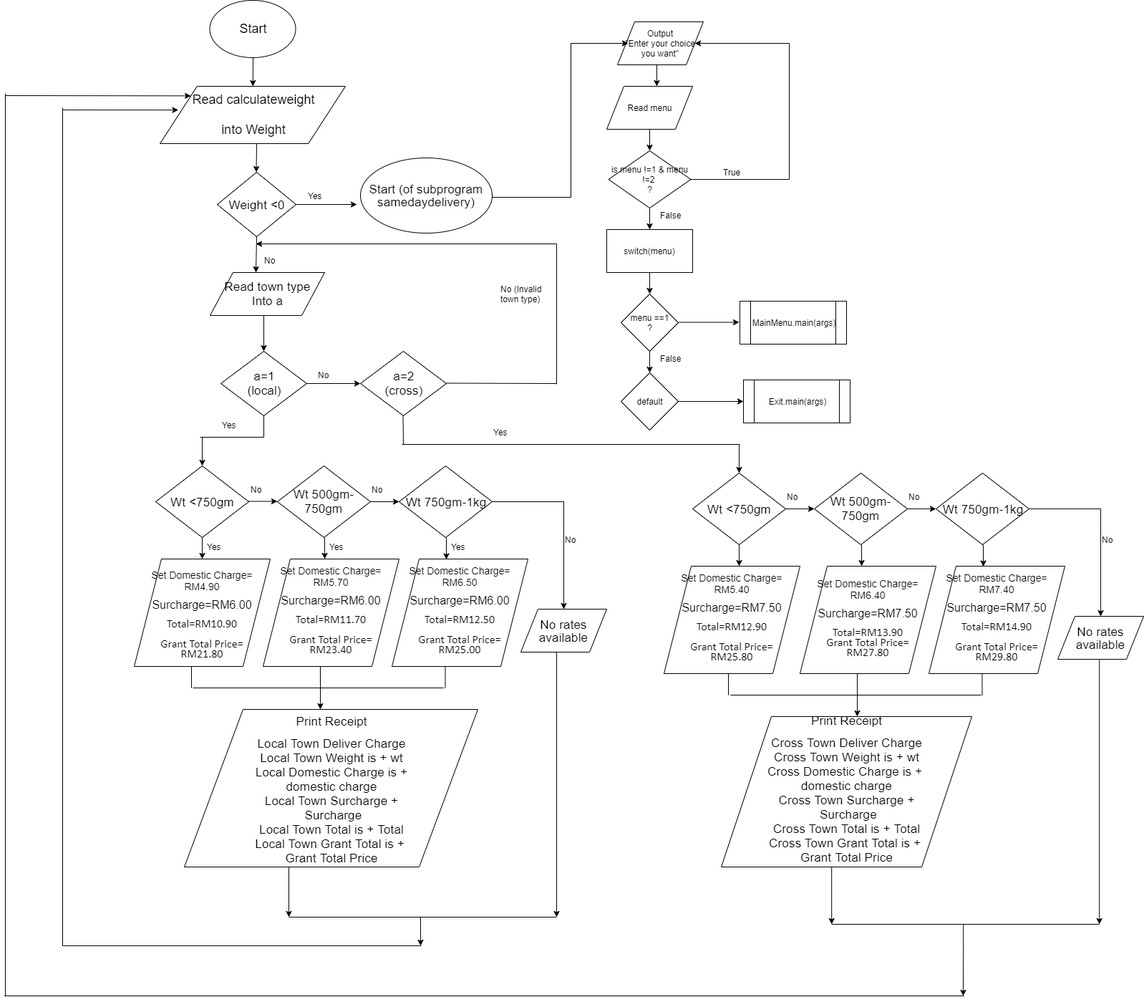
The draw.io diagram flowchart assign 2.png in gohfangyao/Same-Day-Delivery, before a commit. Source tidied: cells renumbered, new cells last; positions are measured from the earlier drawing's top-left corner, leaving out a move shared by most shapes.
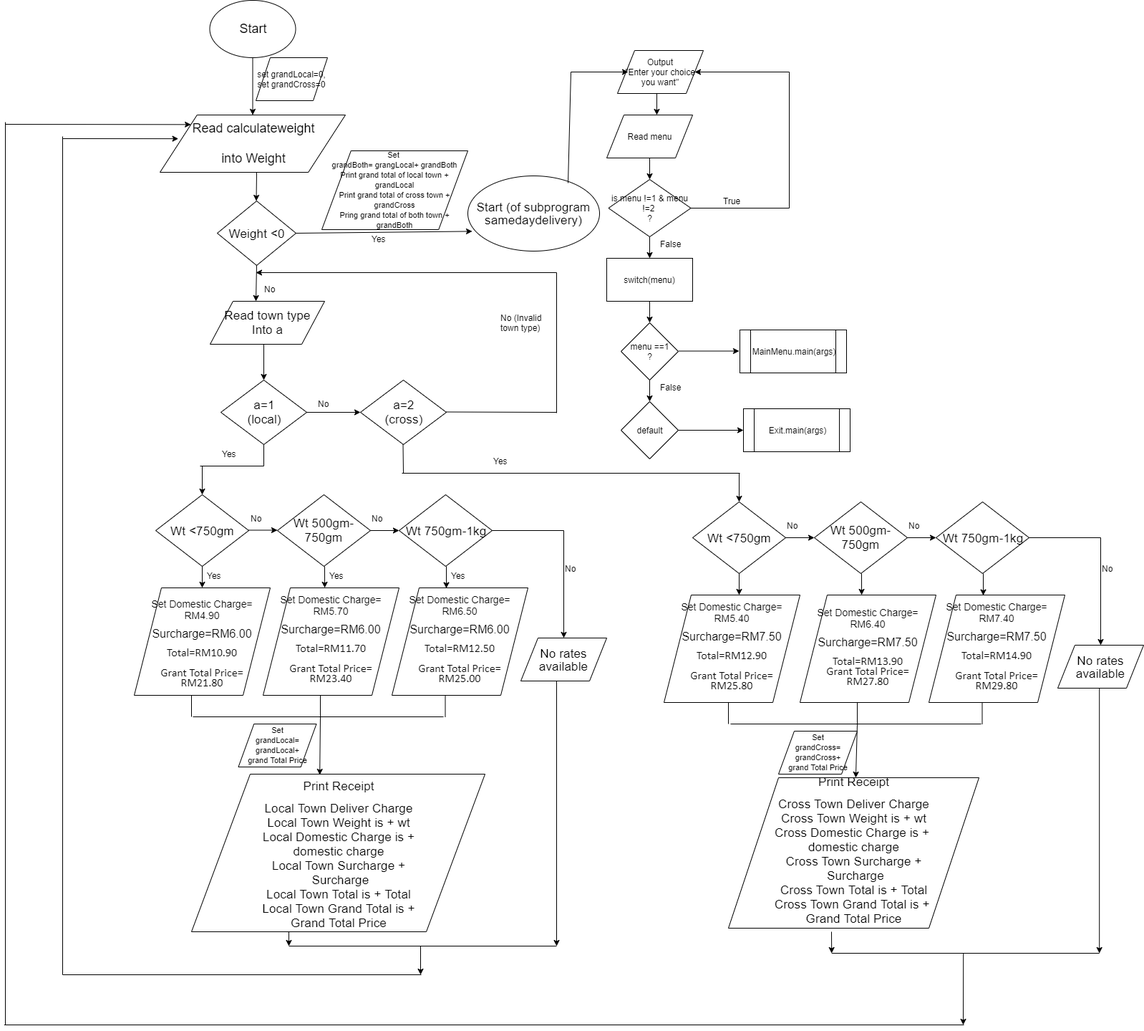
After the commit.

The edit, as a diff of the source:
```diff
@@ -3,7 +3,7 @@
     <mxCell id="0" />
     <mxCell id="1" parent="0" />
     <mxCell id="2" value="&lt;font style=&quot;font-size: 18px&quot;&gt;Start&lt;/font&gt;" style="ellipse;whiteSpace=wrap;html=1;" parent="1" vertex="1">
-      <mxGeometry x="287.5" width="120" height="80" as="geometry" />
+      <mxGeometry x="287.5" y="-40" width="120" height="80" as="geometry" />
     </mxCell>
     <mxCell id="3" value="&lt;font style=&quot;font-size: 18px&quot;&gt;&lt;span style=&quot;text-align: left ; white-space: nowrap&quot;&gt;Read calculateweight&lt;/span&gt;&lt;br style=&quot;text-align: left ; white-space: nowrap&quot;&gt;&lt;br style=&quot;text-align: left ; white-space: nowrap&quot;&gt;&lt;span style=&quot;text-align: left ; white-space: nowrap&quot;&gt;into Weight&lt;/span&gt;&lt;/font&gt;" style="shape=parallelogram;perimeter=parallelogramPerimeter;whiteSpace=wrap;html=1;" parent="1" vertex="1">
       <mxGeometry x="218" y="120" width="259" height="80" as="geometry" />
@@ -12,7 +12,7 @@
       <mxGeometry x="298" y="240" width="110" height="90" as="geometry" />
     </mxCell>
     <mxCell id="5" value="&lt;p class=&quot;MsoNormal&quot; align=&quot;center&quot;&gt;&lt;span style=&quot;font-size: 13.0pt ; line-height: 107%&quot;&gt;Start (of subprogram samedaydelivery)&lt;/span&gt;&lt;/p&gt;" style="ellipse;whiteSpace=wrap;html=1;" parent="1" vertex="1">
-      <mxGeometry x="498" y="220" width="184" height="105" as="geometry" />
+      <mxGeometry x="648" y="205" width="184" height="105" as="geometry" />
     </mxCell>
     <mxCell id="6" value="&lt;span style=&quot;font-size: 17.3333px&quot;&gt;Read town type&lt;br&gt;Into a&lt;br&gt;&lt;/span&gt;" style="shape=parallelogram;perimeter=parallelogramPerimeter;whiteSpace=wrap;html=1;" parent="1" vertex="1">
       <mxGeometry x="288" y="380" width="160" height="60" as="geometry" />
@@ -41,16 +41,14 @@
     <mxCell id="14" value="&lt;p class=&quot;MsoNormal&quot; align=&quot;center&quot;&gt;&lt;font style=&quot;font-size: 14px&quot;&gt;&lt;span style=&quot;line-height: 14.98px&quot;&gt;Set&amp;nbsp;&lt;/span&gt;Domestic Charge= RM6.50&lt;/font&gt;&lt;/p&gt;&lt;p class=&quot;MsoNormal&quot; align=&quot;center&quot;&gt;&lt;span style=&quot;line-height: 12.84px&quot;&gt;&lt;font size=&quot;3&quot;&gt;Surcharge=RM6.00&lt;/font&gt;&lt;/span&gt;&lt;/p&gt;&lt;p class=&quot;MsoNormal&quot; align=&quot;center&quot;&gt;&lt;span style=&quot;line-height: 12.84px ; font-family: &amp;#34;calibri&amp;#34; , sans-serif&quot;&gt;&lt;font size=&quot;3&quot;&gt;Total&lt;/font&gt;&lt;/span&gt;&lt;span style=&quot;line-height: 12.84px ; font-family: &amp;#34;calibri&amp;#34; , sans-serif&quot;&gt;&lt;font size=&quot;3&quot;&gt;=RM12.50&lt;br&gt;&lt;br&gt;Grant Total Price=&lt;br&gt;RM25.00&lt;/font&gt;&lt;/span&gt;&lt;br&gt;&lt;/p&gt;" style="shape=parallelogram;perimeter=parallelogramPerimeter;whiteSpace=wrap;html=1;" parent="1" vertex="1">
       <mxGeometry x="542" y="780" width="190" height="150" as="geometry" />
     </mxCell>
-    <mxCell id="15" value="&lt;p class=&quot;MsoNormal&quot; align=&quot;center&quot;&gt;&lt;span style=&quot;font-size: 13.0pt ; line-height: 107%&quot;&gt;Print Receipt&lt;/span&gt;&lt;/p&gt;&lt;span style=&quot;font-size: 13pt&quot;&gt;Local Town Deliver Charge&lt;/span&gt;&lt;br&gt;&lt;span style=&quot;font-size: 13pt&quot;&gt;Local Town Weight is + wt&lt;/span&gt;&lt;br&gt;&lt;span style=&quot;font-size: 13pt&quot;&gt;Local Domestic Charge is + &lt;br&gt;domestic&amp;nbsp;&lt;/span&gt;&lt;span style=&quot;font-size: 13pt&quot;&gt;charge&lt;/span&gt;&lt;span style=&quot;font-size: 13pt&quot;&gt;&lt;br&gt;&lt;/span&gt;&lt;span style=&quot;font-size: 13pt&quot;&gt;Local Town Surcharge +&lt;br&gt;&amp;nbsp;Surcharge&lt;/span&gt;&lt;br&gt;&lt;span style=&quot;font-size: 13pt&quot;&gt;Local Town Total is + Total&lt;br&gt;Local Town Grant Total is + &lt;br&gt;Grant Total Price&lt;br&gt;&lt;/span&gt;" style="shape=parallelogram;perimeter=parallelogramPerimeter;whiteSpace=wrap;html=1;" parent="1" vertex="1">
-      <mxGeometry x="252" y="990" width="410" height="220" as="geometry" />
+    <mxCell id="15" value="&lt;p class=&quot;MsoNormal&quot; align=&quot;center&quot;&gt;&lt;span style=&quot;font-size: 13.0pt ; line-height: 107%&quot;&gt;Print Receipt&lt;/span&gt;&lt;/p&gt;&lt;span style=&quot;font-size: 13pt&quot;&gt;Local Town Deliver Charge&lt;/span&gt;&lt;br&gt;&lt;span style=&quot;font-size: 13pt&quot;&gt;Local Town Weight is + wt&lt;/span&gt;&lt;br&gt;&lt;span style=&quot;font-size: 13pt&quot;&gt;Local Domestic Charge is + &lt;br&gt;domestic&amp;nbsp;&lt;/span&gt;&lt;span style=&quot;font-size: 13pt&quot;&gt;charge&lt;/span&gt;&lt;span style=&quot;font-size: 13pt&quot;&gt;&lt;br&gt;&lt;/span&gt;&lt;span style=&quot;font-size: 13pt&quot;&gt;Local Town Surcharge +&lt;br&gt;&amp;nbsp;Surcharge&lt;/span&gt;&lt;br&gt;&lt;span style=&quot;font-size: 13pt&quot;&gt;Local Town Total is + Total&lt;br&gt;Local Town Grand Total is + &lt;br&gt;Grand Total Price&lt;br&gt;&lt;/span&gt;" style="shape=parallelogram;perimeter=parallelogramPerimeter;whiteSpace=wrap;html=1;" parent="1" vertex="1">
+      <mxGeometry x="262" y="1040" width="410" height="220" as="geometry" />
     </mxCell>
     <mxCell id="16" value="&lt;p class=&quot;MsoNormal&quot; align=&quot;center&quot;&gt;&lt;span style=&quot;font-size: 13.0pt ; line-height: 107%&quot;&gt;No rates available&lt;/span&gt;&lt;/p&gt;" style="shape=parallelogram;perimeter=parallelogramPerimeter;whiteSpace=wrap;html=1;" parent="1" vertex="1">
       <mxGeometry x="722" y="850" width="120" height="60" as="geometry" />
     </mxCell>
-    <mxCell id="17" style="endArrow=classic;html=1;exitX=1;exitY=0.5;exitDx=0;exitDy=0;" parent="1" edge="1" source="4">
-      <mxGeometry relative="1" as="geometry">
-        <mxPoint x="493" y="285" as="targetPoint" />
-      </mxGeometry>
+    <mxCell id="17" style="endArrow=classic;html=1;exitX=1;exitY=0.5;exitDx=0;exitDy=0;entryX=0.033;entryY=0.737;entryDx=0;entryDy=0;entryPerimeter=0;" parent="1" edge="1" source="4" target="5">
+      <mxGeometry relative="1" as="geometry" />
     </mxCell>
     <mxCell id="18" style="endArrow=classic;html=1;" parent="1" edge="1">
       <mxGeometry relative="1" as="geometry">
@@ -145,10 +143,9 @@
         <mxPoint x="614" y="960" as="targetPoint" />
       </mxGeometry>
     </mxCell>
-    <mxCell id="35" style="endArrow=classic;html=1;" parent="1" edge="1">
+    <mxCell id="35" style="endArrow=classic;html=1;entryX=0.437;entryY=0.005;entryDx=0;entryDy=0;entryPerimeter=0;" parent="1" edge="1" target="15">
       <mxGeometry relative="1" as="geometry">
         <mxPoint x="442" y="960" as="sourcePoint" />
-        <mxPoint x="442" y="990" as="targetPoint" />
       </mxGeometry>
     </mxCell>
     <mxCell id="36" style="endArrow=none;html=1;" parent="1" edge="1">
@@ -177,8 +174,8 @@
     <mxCell id="42" value="&lt;p class=&quot;MsoNormal&quot; align=&quot;center&quot;&gt;&lt;font style=&quot;font-size: 14px&quot;&gt;&lt;span style=&quot;line-height: 14.98px&quot;&gt;Set&amp;nbsp;&lt;/span&gt;Domestic Charge= RM7.40&lt;/font&gt;&lt;/p&gt;&lt;p class=&quot;MsoNormal&quot; align=&quot;center&quot;&gt;&lt;span style=&quot;line-height: 12.84px&quot;&gt;&lt;font size=&quot;3&quot;&gt;Surcharge=RM7.50&lt;/font&gt;&lt;/span&gt;&lt;/p&gt;&lt;p class=&quot;MsoNormal&quot; align=&quot;center&quot;&gt;&lt;span style=&quot;line-height: 12.84px ; font-family: &amp;#34;calibri&amp;#34; , sans-serif&quot;&gt;&lt;font size=&quot;3&quot;&gt;Total&lt;/font&gt;&lt;/span&gt;&lt;span style=&quot;line-height: 12.84px ; font-family: &amp;#34;calibri&amp;#34; , sans-serif&quot;&gt;&lt;font size=&quot;3&quot;&gt;=RM14.90&lt;br&gt;&lt;br&gt;Grant Total Price=&lt;br&gt;RM29.80&lt;/font&gt;&lt;/span&gt;&lt;br&gt;&lt;/p&gt;" style="shape=parallelogram;perimeter=parallelogramPerimeter;whiteSpace=wrap;html=1;" parent="1" vertex="1">
       <mxGeometry x="1292" y="790" width="190" height="150" as="geometry" />
     </mxCell>
-    <mxCell id="43" value="&lt;p class=&quot;MsoNormal&quot; align=&quot;center&quot;&gt;&lt;span style=&quot;font-size: 13pt ; line-height: 18.5467px&quot;&gt;Print Receipt&lt;/span&gt;&lt;/p&gt;&lt;p class=&quot;MsoNormal&quot; align=&quot;center&quot;&gt;&lt;span style=&quot;font-size: 13pt&quot;&gt;Cross Town Deliver Charge&lt;/span&gt;&lt;br&gt;&lt;span style=&quot;font-size: 17.3333px&quot;&gt;Cross&lt;/span&gt;&lt;span style=&quot;font-size: 13pt&quot;&gt;&amp;nbsp;Town Weight is + wt&lt;/span&gt;&lt;br&gt;&lt;span style=&quot;font-size: 17.3333px&quot;&gt;Cross&lt;/span&gt;&lt;span style=&quot;font-size: 13pt&quot;&gt;&amp;nbsp;Domestic Charge is +&amp;nbsp;&lt;br&gt;domestic&amp;nbsp;&lt;/span&gt;&lt;span style=&quot;font-size: 13pt&quot;&gt;charge&lt;/span&gt;&lt;span style=&quot;font-size: 13pt&quot;&gt;&lt;br&gt;&lt;/span&gt;&lt;span style=&quot;font-size: 17.3333px&quot;&gt;Cross&lt;/span&gt;&lt;span style=&quot;font-size: 13pt&quot;&gt;&amp;nbsp;Town Surcharge +&lt;br&gt;&amp;nbsp;Surcharge&lt;/span&gt;&lt;br&gt;&lt;span style=&quot;font-size: 17.3333px&quot;&gt;Cross&lt;/span&gt;&lt;span style=&quot;font-size: 13pt&quot;&gt;&amp;nbsp;Town Total is + Total&lt;br&gt;&lt;/span&gt;&lt;span style=&quot;font-size: 17.3333px&quot;&gt;Cross&lt;/span&gt;&lt;span style=&quot;font-size: 13pt&quot;&gt;&amp;nbsp;Town Grant Total is +&amp;nbsp;&lt;br&gt;Grant Total Price&lt;/span&gt;&lt;br&gt;&lt;/p&gt;" style="shape=parallelogram;perimeter=parallelogramPerimeter;whiteSpace=wrap;html=1;" parent="1" vertex="1">
-      <mxGeometry x="1002" y="1000" width="350" height="210" as="geometry" />
+    <mxCell id="43" value="&lt;p class=&quot;MsoNormal&quot; align=&quot;center&quot;&gt;&lt;span style=&quot;font-size: 13pt ; line-height: 18.5467px&quot;&gt;Print Receipt&lt;/span&gt;&lt;/p&gt;&lt;p class=&quot;MsoNormal&quot; align=&quot;center&quot;&gt;&lt;span style=&quot;font-size: 13pt&quot;&gt;Cross Town Deliver Charge&lt;/span&gt;&lt;br&gt;&lt;span style=&quot;font-size: 17.3333px&quot;&gt;Cross&lt;/span&gt;&lt;span style=&quot;font-size: 13pt&quot;&gt;&amp;nbsp;Town Weight is + wt&lt;/span&gt;&lt;br&gt;&lt;span style=&quot;font-size: 17.3333px&quot;&gt;Cross&lt;/span&gt;&lt;span style=&quot;font-size: 13pt&quot;&gt;&amp;nbsp;Domestic Charge is +&amp;nbsp;&lt;br&gt;domestic&amp;nbsp;&lt;/span&gt;&lt;span style=&quot;font-size: 13pt&quot;&gt;charge&lt;/span&gt;&lt;span style=&quot;font-size: 13pt&quot;&gt;&lt;br&gt;&lt;/span&gt;&lt;span style=&quot;font-size: 17.3333px&quot;&gt;Cross&lt;/span&gt;&lt;span style=&quot;font-size: 13pt&quot;&gt;&amp;nbsp;Town Surcharge +&lt;br&gt;&amp;nbsp;Surcharge&lt;/span&gt;&lt;br&gt;&lt;span style=&quot;font-size: 17.3333px&quot;&gt;Cross&lt;/span&gt;&lt;span style=&quot;font-size: 13pt&quot;&gt;&amp;nbsp;Town Total is + Total&lt;br&gt;&lt;/span&gt;&lt;span style=&quot;font-size: 17.3333px&quot;&gt;Cross&lt;/span&gt;&lt;span style=&quot;font-size: 13pt&quot;&gt;&amp;nbsp;Town Grand Total is +&amp;nbsp;&lt;br&gt;Grand Total Price&lt;/span&gt;&lt;br&gt;&lt;/p&gt;" style="shape=parallelogram;perimeter=parallelogramPerimeter;whiteSpace=wrap;html=1;" parent="1" vertex="1">
+      <mxGeometry x="1012" y="1045" width="350" height="210" as="geometry" />
     </mxCell>
     <mxCell id="44" value="&lt;p class=&quot;MsoNormal&quot; align=&quot;center&quot;&gt;&lt;span style=&quot;font-size: 13.0pt ; line-height: 107%&quot;&gt;No rates available&lt;/span&gt;&lt;/p&gt;" style="shape=parallelogram;perimeter=parallelogramPerimeter;whiteSpace=wrap;html=1;" parent="1" vertex="1">
       <mxGeometry x="1472" y="860" width="120" height="60" as="geometry" />
@@ -245,10 +242,9 @@
         <mxPoint x="1365" y="970" as="targetPoint" />
       </mxGeometry>
     </mxCell>
-    <mxCell id="56" style="endArrow=classic;html=1;" parent="1" edge="1">
+    <mxCell id="56" style="endArrow=classic;html=1;" parent="1" edge="1" target="43">
       <mxGeometry relative="1" as="geometry">
         <mxPoint x="1192" y="970" as="sourcePoint" />
-        <mxPoint x="1192" y="1000" as="targetPoint" />
       </mxGeometry>
     </mxCell>
     <mxCell id="57" style="endArrow=none;html=1;" parent="1" edge="1">
@@ -264,7 +260,7 @@
     </mxCell>
     <mxCell id="59" style="endArrow=classic;html=1;" parent="1" edge="1">
       <mxGeometry relative="1" as="geometry">
-        <mxPoint x="398" y="1210" as="sourcePoint" />
+        <mxPoint x="398" y="1260" as="sourcePoint" />
         <mxPoint x="398" y="1280" as="targetPoint" />
       </mxGeometry>
     </mxCell>
@@ -313,7 +309,7 @@
       <mxGeometry x="922" y="790" width="190" height="150" as="geometry" />
     </mxCell>
     <mxCell id="68" value="Yes" style="text;html=1;" parent="1" vertex="1">
-      <mxGeometry x="423" y="260" width="40" height="30" as="geometry" />
+      <mxGeometry x="512" y="280" width="40" height="30" as="geometry" />
     </mxCell>
     <mxCell id="69" value="No" style="text;html=1;" parent="1" vertex="1">
       <mxGeometry x="362" y="350" width="40" height="30" as="geometry" />
@@ -363,10 +359,8 @@
     <mxCell id="83" value="No" style="text;html=1;" parent="1" vertex="1">
       <mxGeometry x="1532" y="740" width="40" height="30" as="geometry" />
     </mxCell>
-    <mxCell id="84" style="endArrow=classic;html=1;" parent="1" edge="1" target="3">
-      <mxGeometry relative="1" as="geometry">
-        <mxPoint x="348" y="80" as="sourcePoint" />
-      </mxGeometry>
+    <mxCell id="84" style="endArrow=classic;html=1;exitX=0.5;exitY=1;exitDx=0;exitDy=0;" parent="1" edge="1" source="2" target="3">
+      <mxGeometry relative="1" as="geometry" />
     </mxCell>
     <mxCell id="85" style="endArrow=classic;html=1;" parent="1" edge="1">
       <mxGeometry relative="1" as="geometry">
@@ -376,7 +370,7 @@
     </mxCell>
     <mxCell id="86" style="endArrow=classic;html=1;" parent="1" edge="1">
       <mxGeometry relative="1" as="geometry">
-        <mxPoint x="1156.2" y="1210" as="sourcePoint" />
+        <mxPoint x="1156" y="1260" as="sourcePoint" />
         <mxPoint x="1156.2" y="1290" as="targetPoint" />
       </mxGeometry>
     </mxCell>
@@ -507,17 +501,22 @@
         <mxPoint x="872" y="60" as="targetPoint" />
       </mxGeometry>
     </mxCell>
-    <mxCell id="115" style="endArrow=none;html=1;" parent="1" edge="1">
-      <mxGeometry relative="1" as="geometry">
-        <mxPoint x="682" y="275" as="sourcePoint" />
-        <mxPoint x="792" y="275" as="targetPoint" />
-      </mxGeometry>
-    </mxCell>
-    <mxCell id="116" style="endArrow=none;html=1;" parent="1" edge="1">
+    <mxCell id="116" style="endArrow=none;html=1;exitX=0.761;exitY=0.095;exitDx=0;exitDy=0;exitPerimeter=0;" parent="1" edge="1" source="5">
       <mxGeometry relative="1" as="geometry">
-        <mxPoint x="792" y="275" as="sourcePoint" />
         <mxPoint x="792" y="60" as="targetPoint" />
       </mxGeometry>
     </mxCell>
+    <mxCell id="117" value="set grandLocal=0,&lt;br&gt;set grandCross=0" style="shape=parallelogram;perimeter=parallelogramPerimeter;whiteSpace=wrap;html=1;" parent="1" vertex="1">
+      <mxGeometry x="352" y="40" width="100" height="60" as="geometry" />
+    </mxCell>
+    <mxCell id="118" value="&lt;font style=&quot;font-size: 11px&quot;&gt;Set&lt;br&gt;grandLocal=&lt;br&gt;grandLocal+&lt;br&gt;grand Total Price&lt;/font&gt;" style="shape=parallelogram;perimeter=parallelogramPerimeter;whiteSpace=wrap;html=1;" parent="1" vertex="1">
+      <mxGeometry x="327.5" y="970" width="109" height="60" as="geometry" />
+    </mxCell>
+    <mxCell id="119" value="&lt;font style=&quot;font-size: 11px&quot;&gt;Set&lt;br&gt;grandCross=&lt;br&gt;grandCross+&lt;br&gt;grand Total Price&lt;/font&gt;" style="shape=parallelogram;perimeter=parallelogramPerimeter;whiteSpace=wrap;html=1;" parent="1" vertex="1">
+      <mxGeometry x="1082" y="980" width="110" height="60" as="geometry" />
+    </mxCell>
+    <mxCell id="120" value="&lt;font style=&quot;font-size: 11px&quot;&gt;Set &lt;br&gt;grandBoth= grangLocal+ grandBoth&lt;br&gt;Print grand total of local town + grandLocal&lt;br&gt;Print grand total of cross town + grandCross&lt;br&gt;Pring grand total of both town + grandBoth&lt;/font&gt;" style="shape=parallelogram;perimeter=parallelogramPerimeter;whiteSpace=wrap;html=1;" parent="1" vertex="1">
+      <mxGeometry x="444" y="170" width="204" height="110" as="geometry" />
+    </mxCell>
   </root>
 </mxGraphModel>
```
